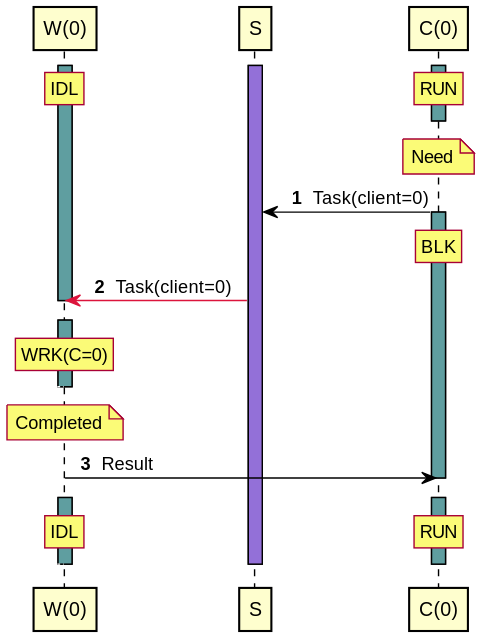
Earlier version of the PlantUML export tests/expected/example_simple/test_1_1_sequence.svg (orenbenkiki/total-space).
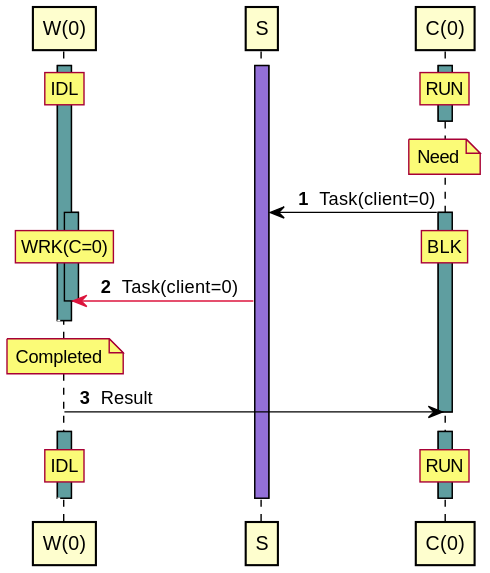
After the change.

The edit, as a diff of the source:
```diff
@@ -25,14 +25,11 @@
 note over A2 : Need
 A2 -> A1 : Task(client=0)
 activate A2 #CadetBlue
+activate A0 #CadetBlue
 rnote over A2 : BLK
+/ rnote over A0 : WRK(C=0)
 A1 -[#Crimson]> A0 : Task(client=0)
 deactivate A0
-autonumber stop
-[<[#White]-- A0
-autonumber resume
-activate A0 #CadetBlue
-rnote over A0 : WRK(C=0)
 autonumber stop
 [<[#White]-- A0
 autonumber resume
```
